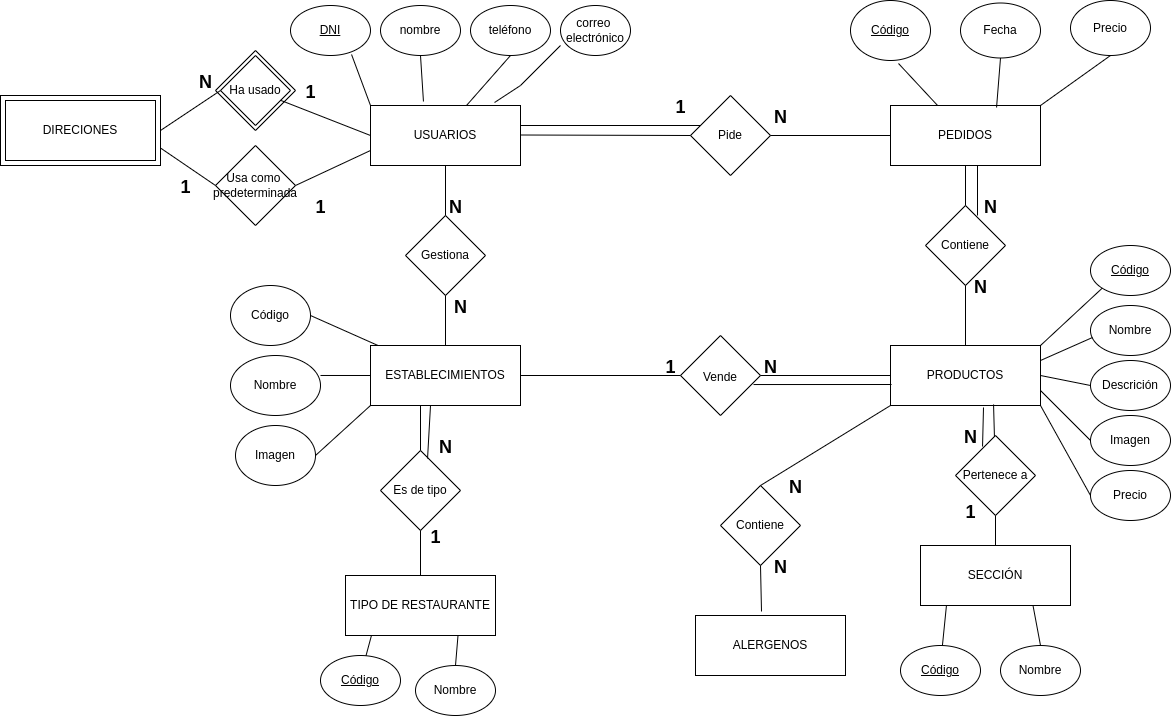
Before: h.drawio.png, a diagram exported from draw.io (Juan4532/prueba). Source tidied: cells renumbered, new cells last; positions are measured from the earlier drawing's top-left corner, leaving out a move shared by most shapes.
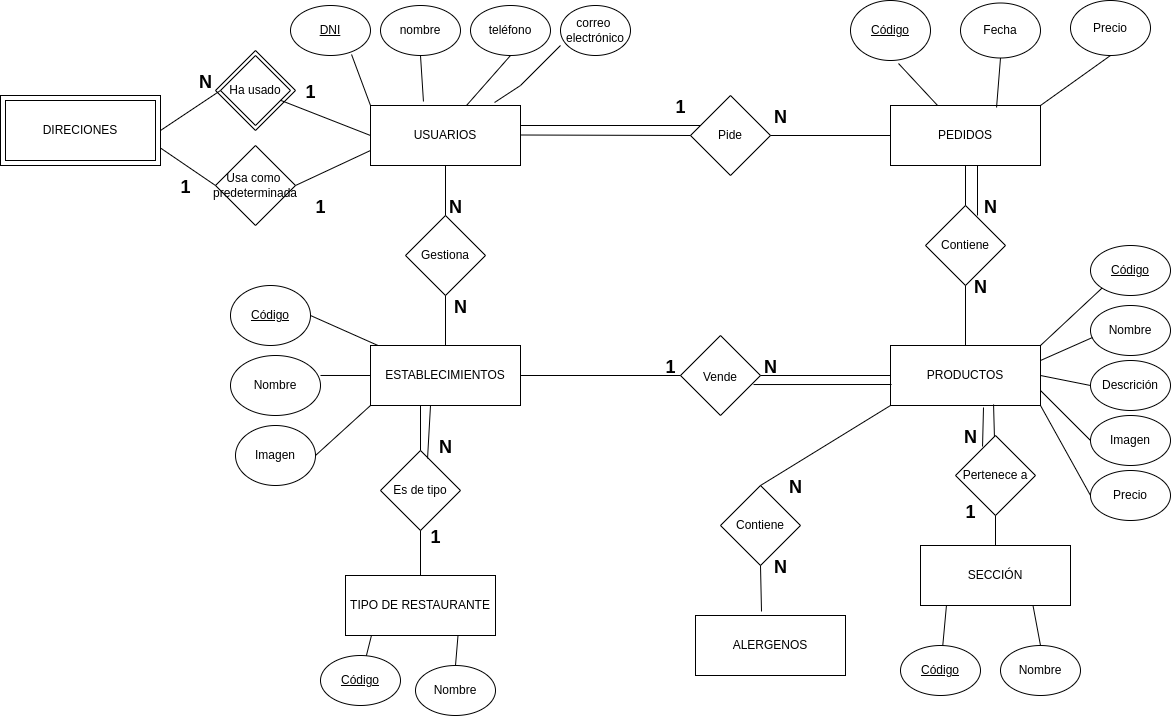
Above is the later version.

The edit, as a diff of the source:
```diff
@@ -149,7 +149,7 @@
     <mxCell id="43" style="endArrow=none;html=1;rounded=0;fontSize=12;exitX=1;exitY=0.5;exitDx=0;exitDy=0;entryX=0;entryY=0.5;entryDx=0;entryDy=0;" parent="1" edge="1" source="11" target="40">
       <mxGeometry relative="1" as="geometry" />
     </mxCell>
-    <mxCell id="44" value="Código" style="ellipse;whiteSpace=wrap;html=1;fontSize=12;" parent="1" vertex="1">
+    <mxCell id="44" value="&lt;u&gt;Código&lt;/u&gt;" style="ellipse;whiteSpace=wrap;html=1;fontSize=12;" parent="1" vertex="1">
       <mxGeometry x="230" y="285" width="80" height="60" as="geometry" />
     </mxCell>
     <mxCell id="45" value="Nombre" style="ellipse;whiteSpace=wrap;html=1;fontSize=12;" parent="1" vertex="1">
```
